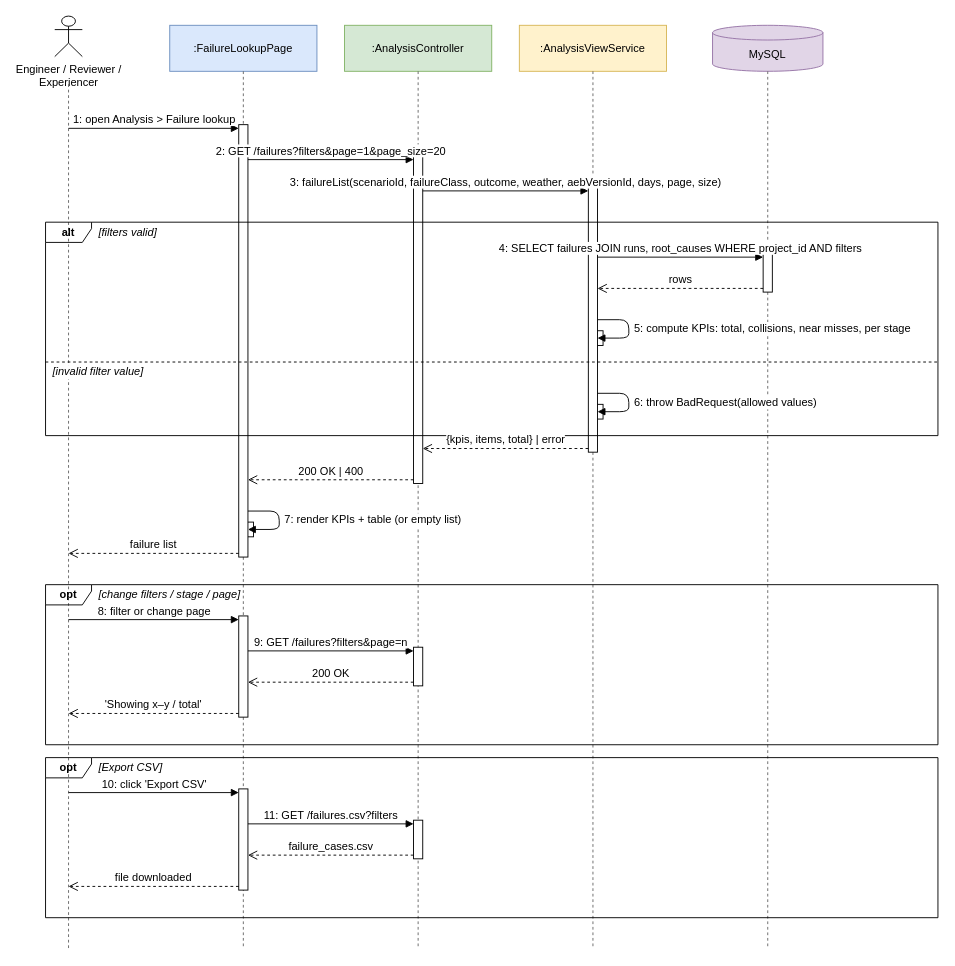
Above: docs/report/diagrams/fe09-11/fe11-list-failure-cases.drawio in Menakanchi/SEP490-FA26-G15 (draw.io), before the change. Source tidied: cells renumbered, new cells numbered last; positions are measured from the earlier drawing's top-left corner, leaving out a move shared by most shapes. Both pictures are drawn from the tidied source at 92%, with x=0, y=0 at pixel (45, 16).
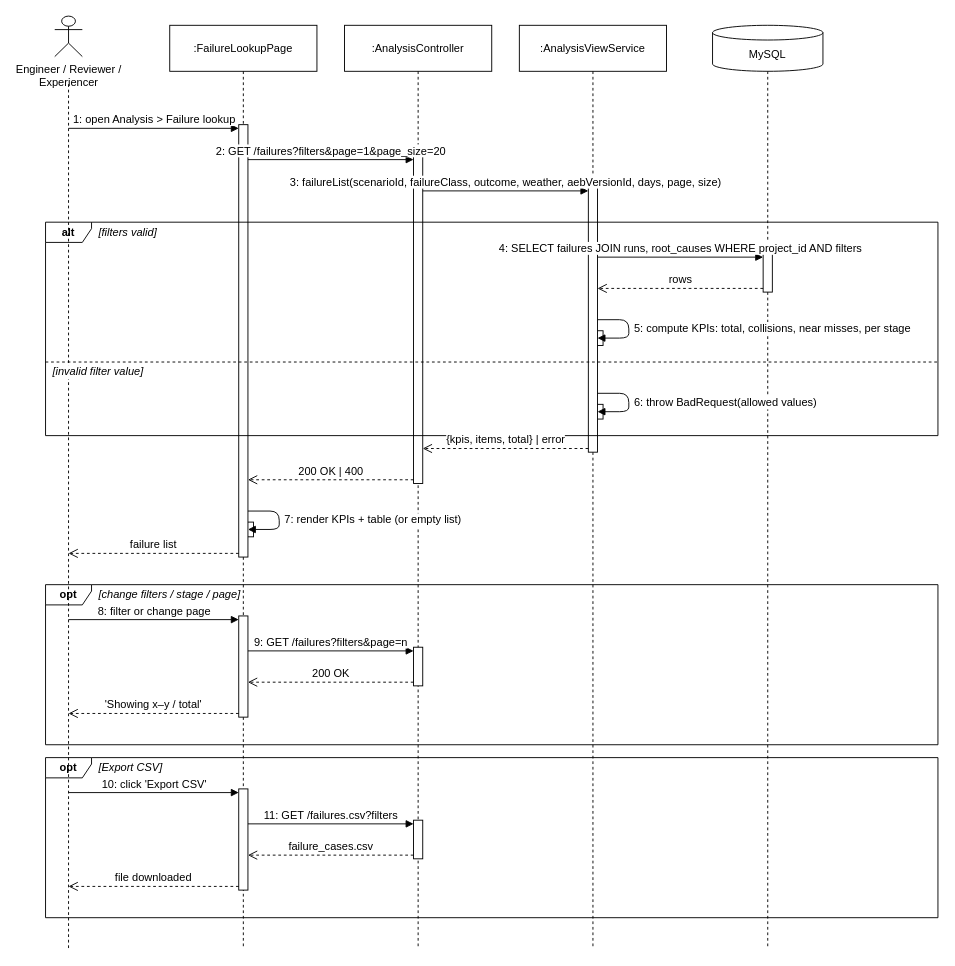
After the change.

What changed in the source:
```diff
@@
-    <mxCell id="3" style="endArrow=none;dashed=1;html=1;strokeColor=#666666;" parent="1" edge="1">
+    <mxCell id="3" style="endArrow=none;dashed=1;html=1;strokeColor=#000000;" parent="1" edge="1">
       <mxGeometry relative="1" as="geometry">
         <mxPoint x="25" y="74" as="sourcePoint" />
         <mxPoint x="25" y="1014" as="targetPoint" />
       </mxGeometry>
     </mxCell>
-    <mxCell id="4" value=":FailureLookupPage" style="fontFamily=Helvetica;fontSize=12;rounded=0;whiteSpace=wrap;html=1;fillColor=#dae8fc;strokeColor=#6c8ebf;fontStyle=0;" parent="1" vertex="1">
+    <mxCell id="4" value=":FailureLookupPage" style="fontFamily=Helvetica;fontSize=12;rounded=0;whiteSpace=wrap;html=1;fillColor=#ffffff;strokeColor=#000000;fontStyle=0;" parent="1" vertex="1">
       <mxGeometry x="135" y="10" width="160" height="50" as="geometry" />
     </mxCell>
-    <mxCell id="5" style="endArrow=none;dashed=1;html=1;strokeColor=#666666;" parent="1" edge="1">
+    <mxCell id="5" style="endArrow=none;dashed=1;html=1;strokeColor=#000000;" parent="1" edge="1">
       <mxGeometry relative="1" as="geometry">
         <mxPoint x="215" y="60" as="sourcePoint" />
         <mxPoint x="215" y="1014" as="targetPoint" />
       </mxGeometry>
     </mxCell>
-    <mxCell id="6" value=":AnalysisController" style="fontFamily=Helvetica;fontSize=12;rounded=0;whiteSpace=wrap;html=1;fillColor=#d5e8d4;strokeColor=#82b366;fontStyle=0;" parent="1" vertex="1">
+    <mxCell id="6" value=":AnalysisController" style="fontFamily=Helvetica;fontSize=12;rounded=0;whiteSpace=wrap;html=1;fillColor=#ffffff;strokeColor=#000000;fontStyle=0;" parent="1" vertex="1">
       <mxGeometry x="325" y="10" width="160" height="50" as="geometry" />
     </mxCell>
-    <mxCell id="7" style="endArrow=none;dashed=1;html=1;strokeColor=#666666;" parent="1" edge="1">
+    <mxCell id="7" style="endArrow=none;dashed=1;html=1;strokeColor=#000000;" parent="1" edge="1">
       <mxGeometry relative="1" as="geometry">
         <mxPoint x="405" y="60" as="sourcePoint" />
         <mxPoint x="405" y="1014" as="targetPoint" />
       </mxGeometry>
     </mxCell>
-    <mxCell id="8" value=":AnalysisViewService" style="fontFamily=Helvetica;fontSize=12;rounded=0;whiteSpace=wrap;html=1;fillColor=#fff2cc;strokeColor=#d6b656;fontStyle=0;" parent="1" vertex="1">
+    <mxCell id="8" value=":AnalysisViewService" style="fontFamily=Helvetica;fontSize=12;rounded=0;whiteSpace=wrap;html=1;fillColor=#ffffff;strokeColor=#000000;fontStyle=0;" parent="1" vertex="1">
       <mxGeometry x="515" y="10" width="160" height="50" as="geometry" />
     </mxCell>
-    <mxCell id="9" style="endArrow=none;dashed=1;html=1;strokeColor=#666666;" parent="1" edge="1">
+    <mxCell id="9" style="endArrow=none;dashed=1;html=1;strokeColor=#000000;" parent="1" edge="1">
       <mxGeometry relative="1" as="geometry">
         <mxPoint x="595" y="60" as="sourcePoint" />
         <mxPoint x="595" y="1014" as="targetPoint" />
       </mxGeometry>
     </mxCell>
-    <mxCell id="10" value="MySQL" style="fontFamily=Helvetica;fontSize=12;shape=cylinder3;whiteSpace=wrap;html=1;boundedLbl=1;backgroundOutline=1;size=8;fillColor=#e1d5e7;strokeColor=#9673a6;" parent="1" vertex="1">
+    <mxCell id="10" value="MySQL" style="fontFamily=Helvetica;fontSize=12;shape=cylinder3;whiteSpace=wrap;html=1;boundedLbl=1;backgroundOutline=1;size=8;fillColor=#ffffff;strokeColor=#000000;" parent="1" vertex="1">
       <mxGeometry x="725" y="10" width="120" height="50" as="geometry" />
     </mxCell>
-    <mxCell id="11" style="endArrow=none;dashed=1;html=1;strokeColor=#666666;" parent="1" edge="1">
+    <mxCell id="11" style="endArrow=none;dashed=1;html=1;strokeColor=#000000;" parent="1" edge="1">
       <mxGeometry relative="1" as="geometry">
         <mxPoint x="785" y="60" as="sourcePoint" />
         <mxPoint x="785" y="1014" as="targetPoint" />
       </mxGeometry>
     </mxCell>
```
